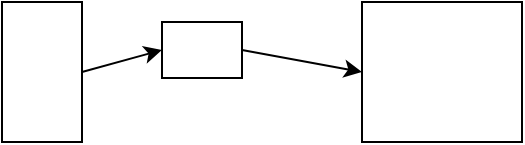
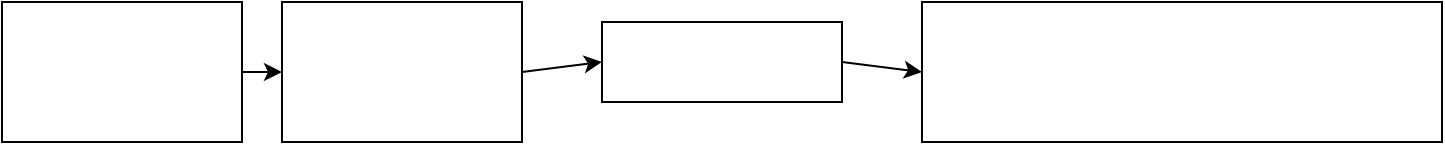
<mxfile>
  <diagram>
    <mxGraphModel>
      <root>
        <mxCell id="0"/>
        <mxCell id="1" parent="0"/>
+         <object gap="4" name="src0" placeholders="1" id="9">
+           <mxCell style="drawclockType=source;points=[[1.0000,0.5000,0,0,0]];" vertex="1" parent="1">
+             <mxGeometry x="0" y="40" width="120" height="70" as="geometry"/>
+           </mxCell>
+         </object>
        <object gap="4" name="pll0" placeholders="1" id="10">
-           <mxCell style="drawclockType=pll;points=[[1.0000,0.5000,0,0,0]];" vertex="1" parent="1">
-             <mxGeometry x="40" y="40" width="40" height="70" as="geometry"/>
+           <mxCell style="drawclockType=pll;points=[[0.3500,0.3333,0,0,0],[0.6500,0.3333,0,0,0]];" vertex="1" parent="1">
+             <mxGeometry x="140" y="40" width="120" height="70" as="geometry"/>
          </mxCell>
        </object>
        <object gap="4" name="bus" placeholders="1" id="11">
          <mxCell style="drawclockType=wire;points=[[0.0000,0.5000,0,0,0],[1.0000,0.5000,0,0,0]];" vertex="1" parent="1">
-             <mxGeometry x="120" y="50" width="40" height="28" as="geometry"/>
+             <mxGeometry x="300" y="50" width="120" height="40" as="geometry"/>
          </mxCell>
        </object>
        <object freq="50" freq_gap="30" gap="4" name="clk0" placeholders="1" id="12">
          <mxCell style="drawclockType=clock;points=[[0.0000,0.5000,0,0,0]];" vertex="1" parent="1">
-             <mxGeometry x="220" y="40" width="80" height="70" as="geometry"/>
+             <mxGeometry x="460" y="40" width="260" height="70" as="geometry"/>
          </mxCell>
        </object>
+         <mxCell id="19" style="exitX=1;exitY=0.5;entryX=0;entryY=0.5;" edge="1" parent="1" source="9" target="10">
+           <mxGeometry relative="1" as="geometry"/>
+         </mxCell>
        <mxCell id="20" style="exitX=1;exitY=0.5;entryX=0;entryY=0.5;" edge="1" parent="1" source="10" target="11">
          <mxGeometry relative="1" as="geometry"/>
        </mxCell>
        <mxCell id="21" style="exitX=1;exitY=0.5;entryX=0;entryY=0.5;" edge="1" parent="1" source="11" target="12">
          <mxGeometry relative="1" as="geometry"/>
        </mxCell>
      </root>
    </mxGraphModel>
  </diagram>
</mxfile>
